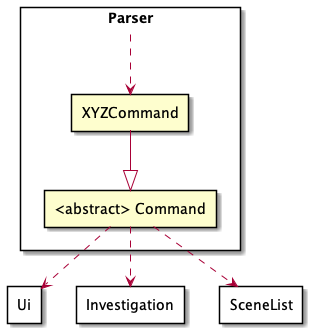
Before: docs/ParserClassDiagram.png, a diagram exported from PlantUML (peng-217/tp).
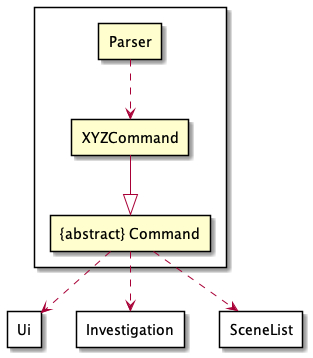
The same file after the commit.

Change to the diagram source:
```diff
@@ -1,9 +1,10 @@
 @startuml
 skinparam componentStyle rectangle
 
-component Parser {
+component  {
+[Parser]
 [XYZCommand] as xyzCommand
-[<abstract> Command] as command
+[{abstract} Command] as command
 }
 
 component Ui {
```
